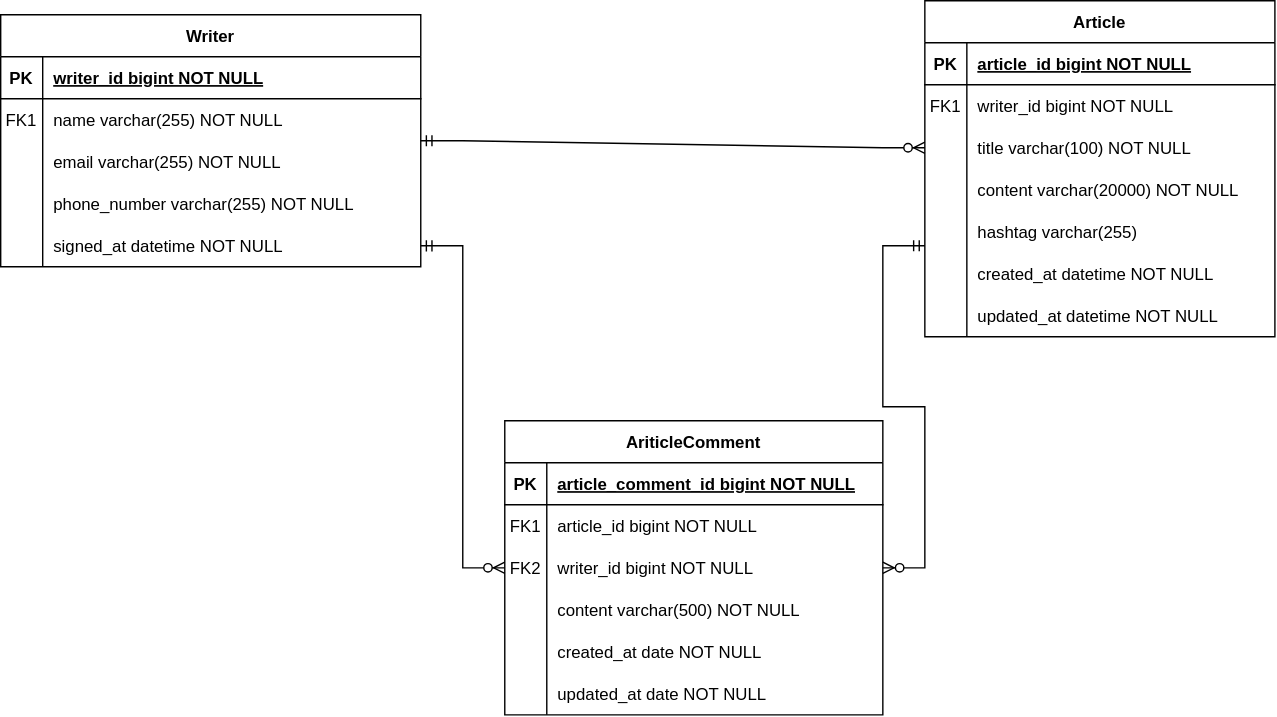
The draw.io diagram boarding-express/boardingExpress ERD.drawio.svg in 6161990/T-Express, before a commit. Source tidied: cells renumbered, new cells last; positions are measured from the earlier drawing's top-left corner, leaving out a move shared by most shapes.
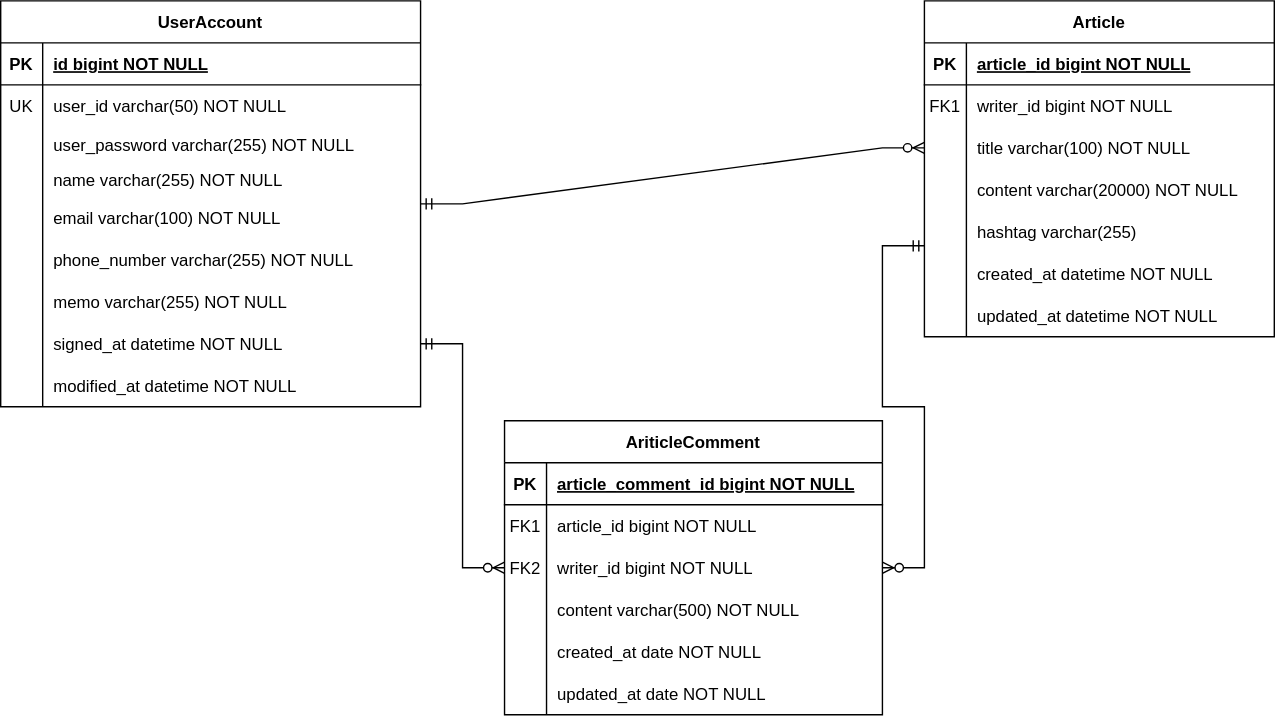
After the commit.

Commit message:
boardingExpress ERD.drawio.svg 업데이트 - UserAccount 추가

Change to the diagram source:
```diff
@@ -2,8 +2,8 @@
   <root>
     <mxCell id="0" />
     <mxCell id="1" parent="0" />
-    <mxCell id="2" value="Writer" style="shape=table;startSize=30;rowLines=0;fontStyle=1;align=center;" parent="1" vertex="1">
-      <mxGeometry y="10" width="300" height="180" as="geometry" />
+    <mxCell id="2" value="UserAccount" style="shape=table;startSize=30;rowLines=0;fontStyle=1;align=center;" parent="1" vertex="1">
+      <mxGeometry width="300" height="290" as="geometry" />
     </mxCell>
     <mxCell id="3" style="shape=partialRectangle;fillColor=none;top=0;left=0;right=0;bottom=1;" parent="2" vertex="1">
       <mxGeometry y="30" width="300" height="30" as="geometry" />
@@ -11,29 +11,47 @@
     <mxCell id="4" value="PK" style="shape=partialRectangle;overflow=hidden;fillColor=none;top=0;left=0;bottom=0;right=0;fontStyle=1;" parent="3" vertex="1">
       <mxGeometry width="30" height="30" as="geometry" />
     </mxCell>
-    <mxCell id="5" value="writer_id bigint NOT NULL " style="shape=partialRectangle;overflow=hidden;fillColor=none;top=0;left=0;bottom=0;right=0;align=left;spacingLeft=6;fontStyle=5;" parent="3" vertex="1">
+    <mxCell id="5" value="id bigint NOT NULL " style="shape=partialRectangle;overflow=hidden;fillColor=none;top=0;left=0;bottom=0;right=0;align=left;spacingLeft=6;fontStyle=5;" parent="3" vertex="1">
       <mxGeometry x="30" width="270" height="30" as="geometry" />
     </mxCell>
     <mxCell id="6" style="shape=partialRectangle;fillColor=none;top=0;left=0;right=0;bottom=0;" parent="2" vertex="1">
       <mxGeometry y="60" width="300" height="30" as="geometry" />
     </mxCell>
-    <mxCell id="7" value="FK1" style="shape=partialRectangle;overflow=hidden;fillColor=none;top=0;left=0;bottom=0;right=0;" parent="6" vertex="1">
+    <mxCell id="7" value="UK" style="shape=partialRectangle;overflow=hidden;fillColor=none;top=0;left=0;bottom=0;right=0;" parent="6" vertex="1">
       <mxGeometry width="30" height="30" as="geometry" />
     </mxCell>
-    <mxCell id="8" value="name varchar(255) NOT NULL" style="shape=partialRectangle;overflow=hidden;fillColor=none;top=0;left=0;bottom=0;right=0;align=left;spacingLeft=6;" parent="6" vertex="1">
+    <mxCell id="8" value="user_id varchar(50) NOT NULL" style="shape=partialRectangle;overflow=hidden;fillColor=none;top=0;left=0;bottom=0;right=0;align=left;spacingLeft=6;" parent="6" vertex="1">
       <mxGeometry x="30" width="270" height="30" as="geometry" />
     </mxCell>
+    <mxCell id="62" style="shape=partialRectangle;fillColor=none;top=0;left=0;right=0;bottom=0;" parent="2" vertex="1">
+      <mxGeometry y="90" width="300" height="25" as="geometry" />
+    </mxCell>
+    <mxCell id="63" style="shape=partialRectangle;overflow=hidden;fillColor=none;top=0;left=0;bottom=0;right=0;" parent="62" vertex="1">
+      <mxGeometry width="30" height="25" as="geometry" />
+    </mxCell>
+    <mxCell id="64" value="user_password varchar(255) NOT NULL" style="shape=partialRectangle;overflow=hidden;fillColor=none;top=0;left=0;bottom=0;right=0;align=left;spacingLeft=6;" parent="62" vertex="1">
+      <mxGeometry x="30" width="270" height="25" as="geometry" />
+    </mxCell>
+    <mxCell id="65" style="shape=partialRectangle;fillColor=none;top=0;left=0;right=0;bottom=0;" parent="2" vertex="1">
+      <mxGeometry y="115" width="300" height="25" as="geometry" />
+    </mxCell>
+    <mxCell id="66" style="shape=partialRectangle;overflow=hidden;fillColor=none;top=0;left=0;bottom=0;right=0;" parent="65" vertex="1">
+      <mxGeometry width="30" height="25" as="geometry" />
+    </mxCell>
+    <mxCell id="67" value="name varchar(255) NOT NULL" style="shape=partialRectangle;overflow=hidden;fillColor=none;top=0;left=0;bottom=0;right=0;align=left;spacingLeft=6;" parent="65" vertex="1">
+      <mxGeometry x="30" width="270" height="25" as="geometry" />
+    </mxCell>
     <mxCell id="9" style="shape=partialRectangle;fillColor=none;top=0;left=0;right=0;bottom=0;" parent="2" vertex="1">
-      <mxGeometry y="90" width="300" height="30" as="geometry" />
+      <mxGeometry y="140" width="300" height="30" as="geometry" />
     </mxCell>
     <mxCell id="10" style="shape=partialRectangle;overflow=hidden;fillColor=none;top=0;left=0;bottom=0;right=0;" parent="9" vertex="1">
       <mxGeometry width="30" height="30" as="geometry" />
     </mxCell>
-    <mxCell id="11" value="email varchar(255) NOT NULL" style="shape=partialRectangle;overflow=hidden;fillColor=none;top=0;left=0;bottom=0;right=0;align=left;spacingLeft=6;" parent="9" vertex="1">
+    <mxCell id="11" value="email varchar(100) NOT NULL" style="shape=partialRectangle;overflow=hidden;fillColor=none;top=0;left=0;bottom=0;right=0;align=left;spacingLeft=6;" parent="9" vertex="1">
       <mxGeometry x="30" width="270" height="30" as="geometry" />
     </mxCell>
     <mxCell id="12" style="shape=partialRectangle;fillColor=none;top=0;left=0;right=0;bottom=0;" parent="2" vertex="1">
-      <mxGeometry y="120" width="300" height="30" as="geometry" />
+      <mxGeometry y="170" width="300" height="30" as="geometry" />
     </mxCell>
     <mxCell id="13" style="shape=partialRectangle;overflow=hidden;fillColor=none;top=0;left=0;bottom=0;right=0;" parent="12" vertex="1">
       <mxGeometry width="30" height="30" as="geometry" />
@@ -41,8 +59,17 @@
     <mxCell id="14" value="phone_number varchar(255) NOT NULL" style="shape=partialRectangle;overflow=hidden;fillColor=none;top=0;left=0;bottom=0;right=0;align=left;spacingLeft=6;" parent="12" vertex="1">
       <mxGeometry x="30" width="270" height="30" as="geometry" />
     </mxCell>
+    <mxCell id="68" style="shape=partialRectangle;fillColor=none;top=0;left=0;right=0;bottom=0;" parent="2" vertex="1">
+      <mxGeometry y="200" width="300" height="30" as="geometry" />
+    </mxCell>
+    <mxCell id="69" style="shape=partialRectangle;overflow=hidden;fillColor=none;top=0;left=0;bottom=0;right=0;" parent="68" vertex="1">
+      <mxGeometry width="30" height="30" as="geometry" />
+    </mxCell>
+    <mxCell id="70" value="memo varchar(255) NOT NULL" style="shape=partialRectangle;overflow=hidden;fillColor=none;top=0;left=0;bottom=0;right=0;align=left;spacingLeft=6;" parent="68" vertex="1">
+      <mxGeometry x="30" width="270" height="30" as="geometry" />
+    </mxCell>
     <mxCell id="15" style="shape=partialRectangle;fillColor=none;points=[[0,0.5],[1,0.5]];portConstraint=eastwest;top=0;left=0;right=0;bottom=0;" parent="2" vertex="1">
-      <mxGeometry y="150" width="300" height="30" as="geometry" />
+      <mxGeometry y="230" width="300" height="30" as="geometry" />
     </mxCell>
     <mxCell id="16" style="shape=partialRectangle;overflow=hidden;fillColor=none;top=0;left=0;bottom=0;right=0;" parent="15" vertex="1">
       <mxGeometry width="30" height="30" as="geometry" />
@@ -50,6 +77,15 @@
     <mxCell id="17" value="signed_at datetime NOT NULL" style="shape=partialRectangle;overflow=hidden;fillColor=none;top=0;left=0;bottom=0;right=0;align=left;spacingLeft=6;" parent="15" vertex="1">
       <mxGeometry x="30" width="270" height="30" as="geometry" />
     </mxCell>
+    <mxCell id="71" style="shape=partialRectangle;fillColor=none;top=0;left=0;right=0;bottom=0;" parent="2" vertex="1">
+      <mxGeometry y="260" width="300" height="30" as="geometry" />
+    </mxCell>
+    <mxCell id="72" style="shape=partialRectangle;overflow=hidden;fillColor=none;top=0;left=0;bottom=0;right=0;" parent="71" vertex="1">
+      <mxGeometry width="30" height="30" as="geometry" />
+    </mxCell>
+    <mxCell id="73" value="modified_at datetime NOT NULL" style="shape=partialRectangle;overflow=hidden;fillColor=none;top=0;left=0;bottom=0;right=0;align=left;spacingLeft=6;" parent="71" vertex="1">
+      <mxGeometry x="30" width="270" height="30" as="geometry" />
+    </mxCell>
     <mxCell id="18" value="AriticleComment" style="shape=table;startSize=30;rowLines=0;fontStyle=1;align=center;" parent="1" vertex="1">
       <mxGeometry x="360" y="300" width="270" height="210" as="geometry" />
     </mxCell>
```
